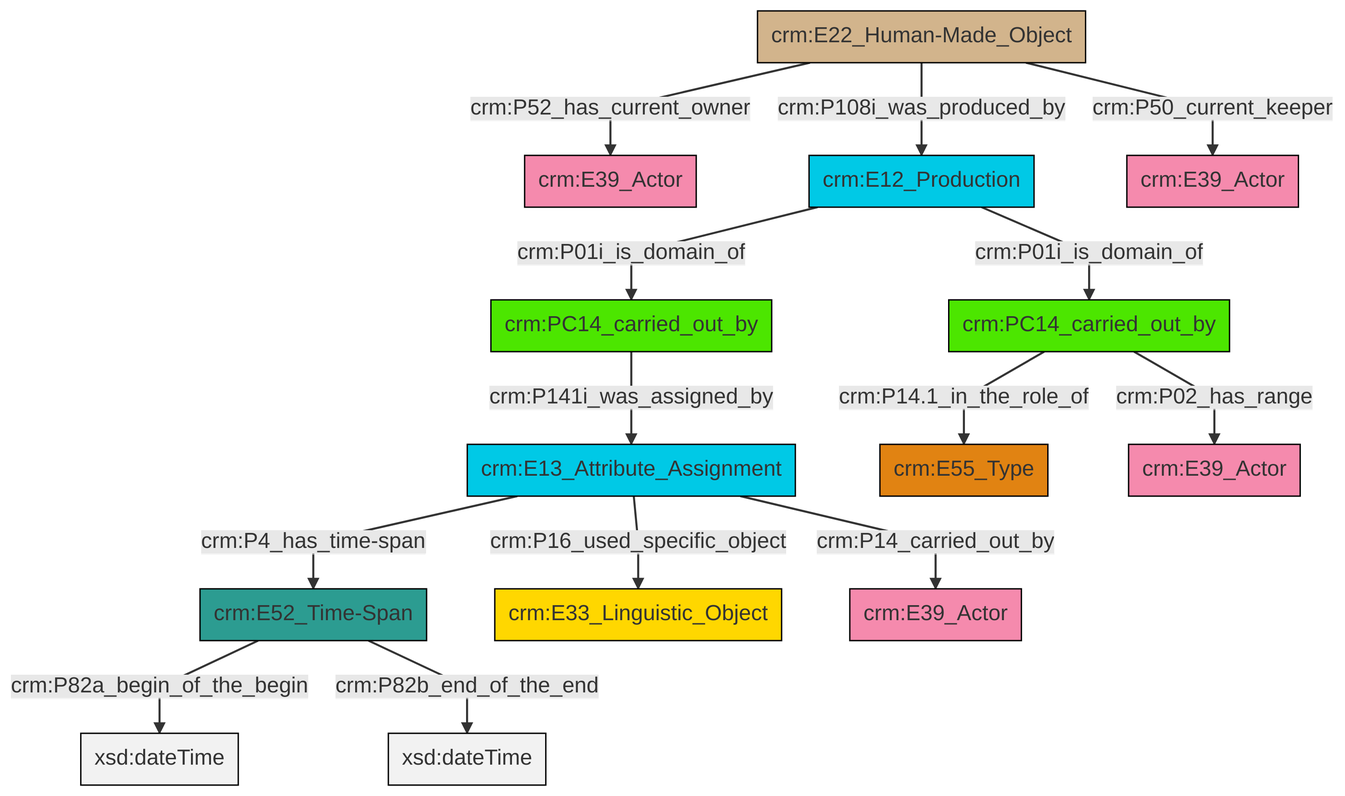
Above: et/carrierCSV/ttl/mmd/png/carrier_relations.png in swiss-art-research-net/docs.swissartresearch (Mermaid), before the change. Its source is kept beside it as et/carrierCSV/ttl/mmd/carrier_relations.ttl.mmd.
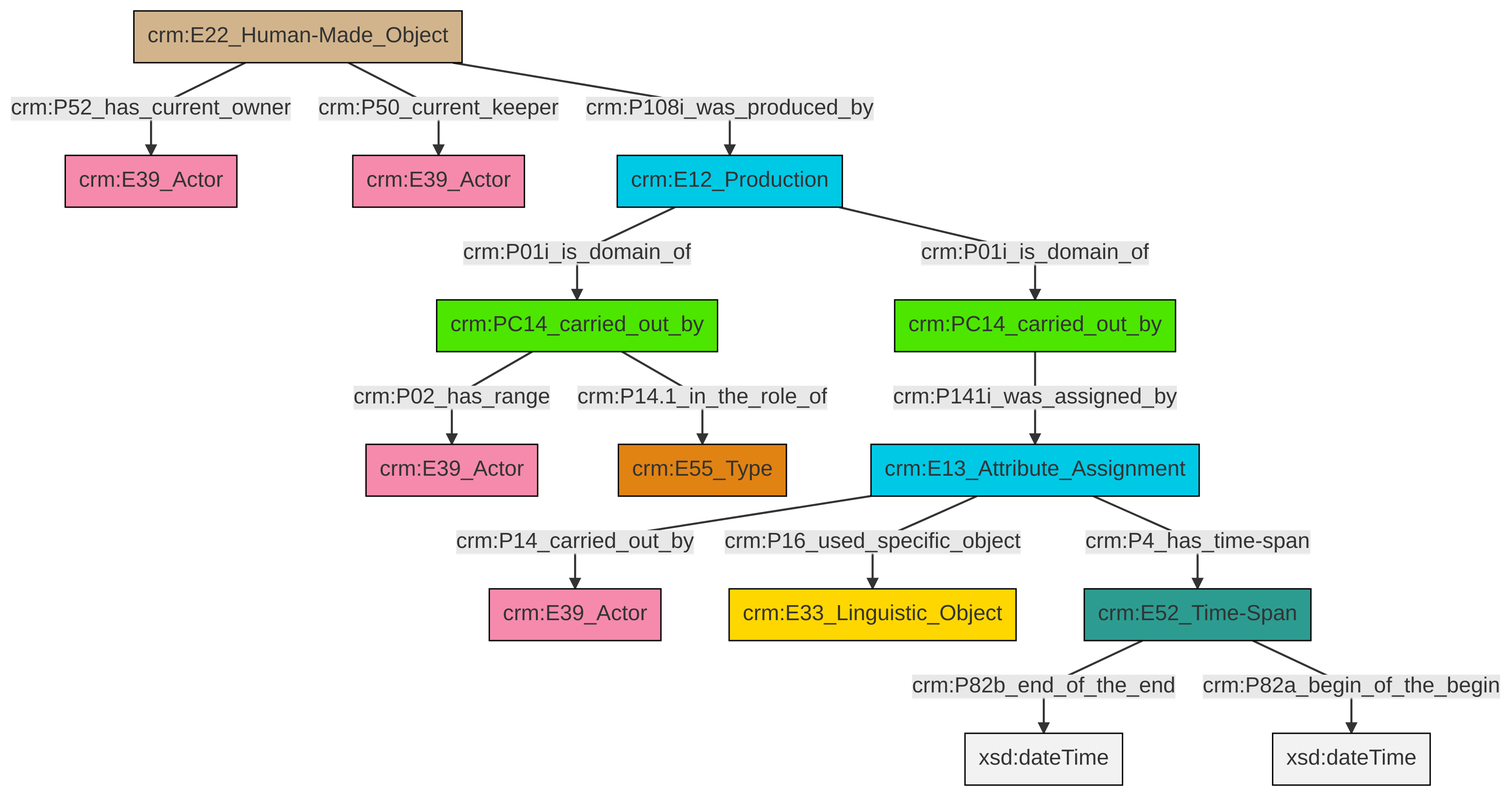
Above is the later version.

The edit, as a diff of the source:
```diff
@@ -13,16 +13,16 @@
 classDef PC_Classes fill:#4ce600, stroke:#000000;
 classDef Multi fill:#cccccc,stroke:#000000;
 
-0["crm:E22_Human-Made_Object"]:::Physical_Thing -->|crm:P52_has_current_owner| 1["crm:E39_Actor"]:::Actor
-2["crm:PC14_carried_out_by"]:::PC_Classes -->|crm:P141i_was_assigned_by| 3["crm:E13_Attribute_Assignment"]:::Temporal_Entity
-0["crm:E22_Human-Made_Object"]:::Physical_Thing -->|crm:P108i_was_produced_by| 4["crm:E12_Production"]:::Temporal_Entity
-0["crm:E22_Human-Made_Object"]:::Physical_Thing -->|crm:P50_current_keeper| 7["crm:E39_Actor"]:::Actor
-8["crm:E52_Time-Span"]:::Time-Span -->|crm:P82a_begin_of_the_begin| 9[xsd:dateTime]:::Literal
-3["crm:E13_Attribute_Assignment"]:::Temporal_Entity -->|crm:P16_used_specific_object| 10["crm:E33_Linguistic_Object"]:::Conceptual_Object
-11["crm:PC14_carried_out_by"]:::PC_Classes -->|crm:P14.1_in_the_role_of| 5["crm:E55_Type"]:::Type
-8["crm:E52_Time-Span"]:::Time-Span -->|crm:P82b_end_of_the_end| 14[xsd:dateTime]:::Literal
-3["crm:E13_Attribute_Assignment"]:::Temporal_Entity -->|crm:P4_has_time-span| 8["crm:E52_Time-Span"]:::Time-Span
-4["crm:E12_Production"]:::Temporal_Entity -->|crm:P01i_is_domain_of| 11["crm:PC14_carried_out_by"]:::PC_Classes
-3["crm:E13_Attribute_Assignment"]:::Temporal_Entity -->|crm:P14_carried_out_by| 15["crm:E39_Actor"]:::Actor
-4["crm:E12_Production"]:::Temporal_Entity -->|crm:P01i_is_domain_of| 2["crm:PC14_carried_out_by"]:::PC_Classes
-11["crm:PC14_carried_out_by"]:::PC_Classes -->|crm:P02_has_range| 21["crm:E39_Actor"]:::Actor
+2["crm:PC14_carried_out_by"]:::PC_Classes -->|crm:P02_has_range| 4["crm:E39_Actor"]:::Actor
+5["crm:E22_Human-Made_Object"]:::Physical_Thing -->|crm:P52_has_current_owner| 0["crm:E39_Actor"]:::Actor
+2["crm:PC14_carried_out_by"]:::PC_Classes -->|crm:P14.1_in_the_role_of| 12["crm:E55_Type"]:::Type
+13["crm:E13_Attribute_Assignment"]:::Temporal_Entity -->|crm:P16_used_specific_object| 10["crm:E33_Linguistic_Object"]:::Conceptual_Object
+13["crm:E13_Attribute_Assignment"]:::Temporal_Entity -->|crm:P4_has_time-span| 18["crm:E52_Time-Span"]:::Time-Span
+16["crm:E12_Production"]:::Temporal_Entity -->|crm:P01i_is_domain_of| 20["crm:PC14_carried_out_by"]:::PC_Classes
+13["crm:E13_Attribute_Assignment"]:::Temporal_Entity -->|crm:P14_carried_out_by| 8["crm:E39_Actor"]:::Actor
+5["crm:E22_Human-Made_Object"]:::Physical_Thing -->|crm:P50_current_keeper| 14["crm:E39_Actor"]:::Actor
+18["crm:E52_Time-Span"]:::Time-Span -->|crm:P82b_end_of_the_end| 22[xsd:dateTime]:::Literal
+20["crm:PC14_carried_out_by"]:::PC_Classes -->|crm:P141i_was_assigned_by| 13["crm:E13_Attribute_Assignment"]:::Temporal_Entity
+5["crm:E22_Human-Made_Object"]:::Physical_Thing -->|crm:P108i_was_produced_by| 16["crm:E12_Production"]:::Temporal_Entity
+16["crm:E12_Production"]:::Temporal_Entity -->|crm:P01i_is_domain_of| 2["crm:PC14_carried_out_by"]:::PC_Classes
+18["crm:E52_Time-Span"]:::Time-Span -->|crm:P82a_begin_of_the_begin| 24[xsd:dateTime]:::Literal
```
